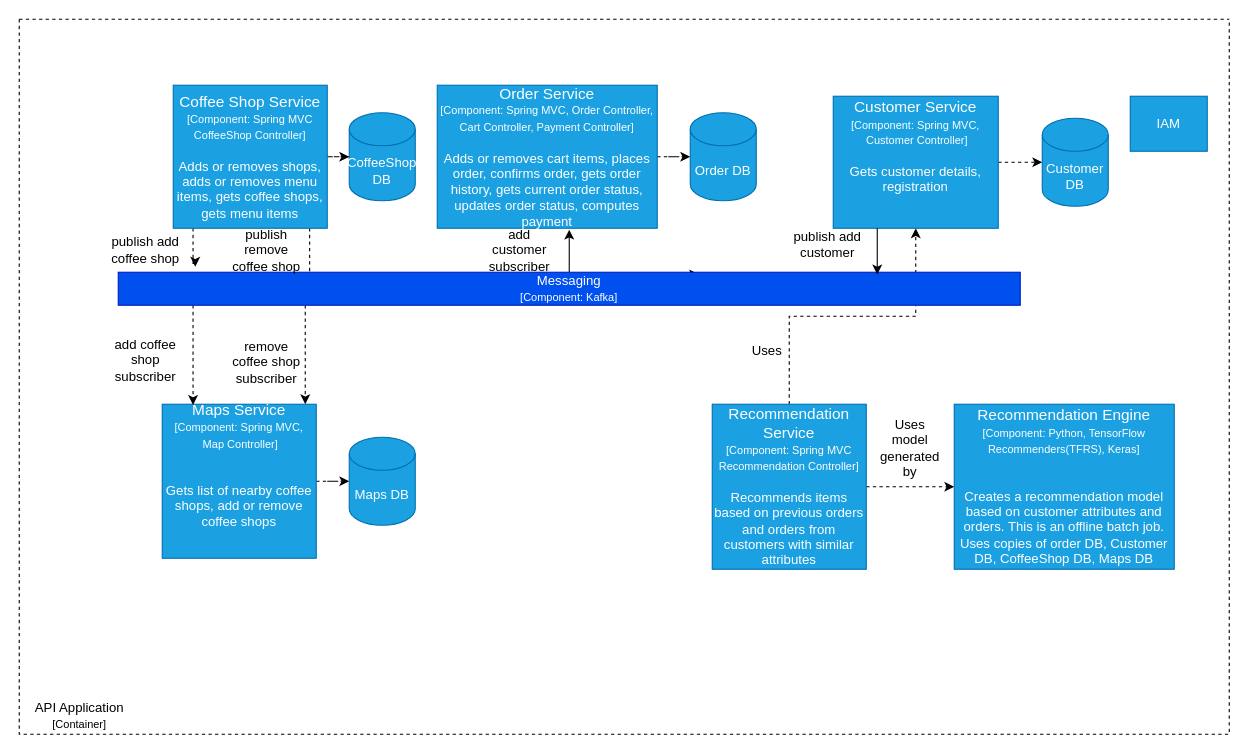
Above: API Application - Component Diagram.drawio in dinesh-i/uber-coffee-shops (draw.io), before the change. Source tidied: cells renumbered, new cells numbered last; positions are measured from the earlier drawing's top-left corner, leaving out a move shared by most shapes. Both pictures are drawn from the tidied source at 110%, with x=0, y=0 at pixel (19, 19).
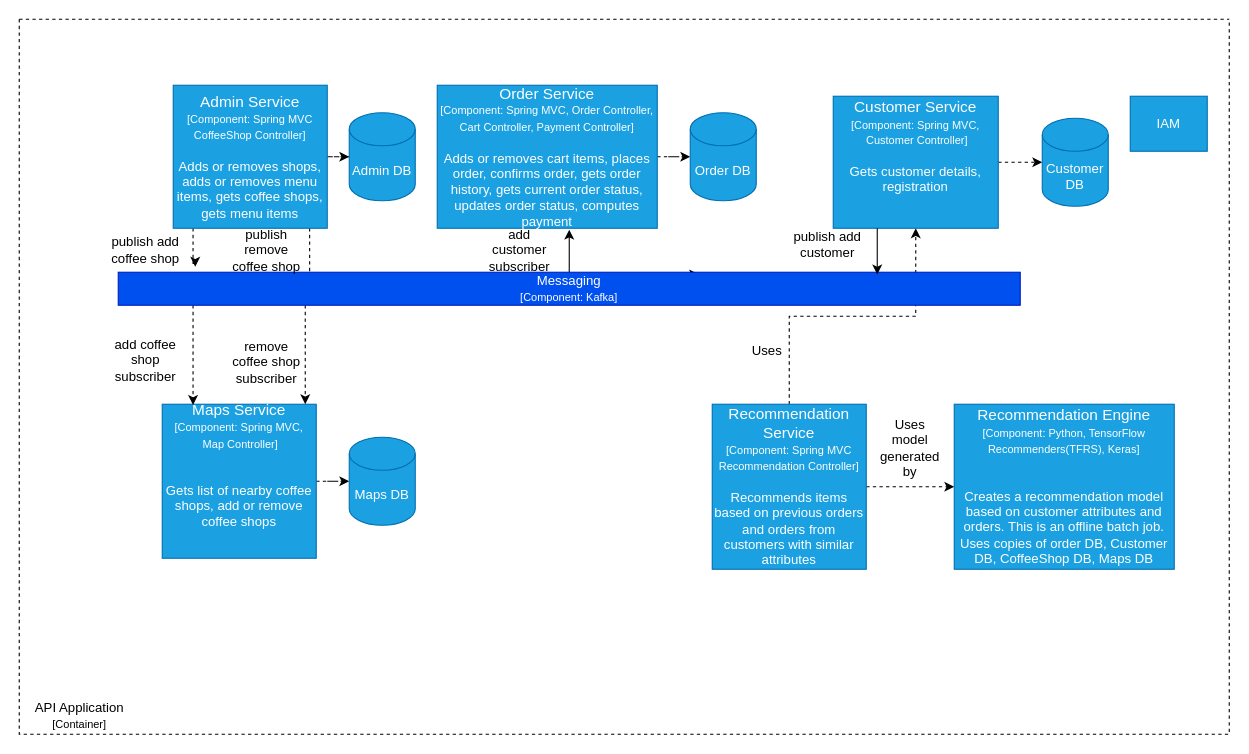
The same diagram, later.

Unchanged cells that the change refers to:
```xml
<mxCell id="2" style="swimlane;startSize=0;dashed=1;" parent="1" vertex="1">
  <mxGeometry width="1100" height="650" as="geometry" />
</mxCell>
```

The edit, as a diff of the source:
```diff
@@
-    <mxCell id="7" value="&lt;font&gt;&lt;font style=&quot;font-size: 14px&quot;&gt;Coffee Shop Service&lt;/font&gt;&lt;br&gt;&lt;/font&gt;&lt;font style=&quot;font-size: 10px&quot;&gt;[Component: Spring MVC CoffeeShop Controller]&lt;br&gt;&lt;/font&gt;&lt;font style=&quot;font-size: 12px&quot;&gt;&lt;br&gt;Adds or removes shops, adds or removes menu items, gets coffee shops, gets menu items&lt;/font&gt;" style="rounded=0;whiteSpace=wrap;html=1;fillColor=#1ba1e2;strokeColor=#006EAF;fontColor=#ffffff;" parent="2" vertex="1">
+    <mxCell id="7" value="&lt;font&gt;&lt;font style=&quot;font-size: 14px&quot;&gt;Admin Service&lt;/font&gt;&lt;br&gt;&lt;/font&gt;&lt;font style=&quot;font-size: 10px&quot;&gt;[Component: Spring MVC CoffeeShop Controller]&lt;br&gt;&lt;/font&gt;&lt;font style=&quot;font-size: 12px&quot;&gt;&lt;br&gt;Adds or removes shops, adds or removes menu items, gets coffee shops, gets menu items&lt;/font&gt;" style="rounded=0;whiteSpace=wrap;html=1;fillColor=#1ba1e2;strokeColor=#006EAF;fontColor=#ffffff;" parent="2" vertex="1">
       <mxGeometry x="140" y="60" width="140" height="130" as="geometry" />
     </mxCell>
@@
-    <mxCell id="28" value="CoffeeShop DB" style="shape=cylinder3;whiteSpace=wrap;html=1;boundedLbl=1;backgroundOutline=1;size=15;fillColor=#1ba1e2;strokeColor=#006EAF;fontColor=#ffffff;" parent="2" vertex="1">
+    <mxCell id="28" value="Admin DB" style="shape=cylinder3;whiteSpace=wrap;html=1;boundedLbl=1;backgroundOutline=1;size=15;fillColor=#1ba1e2;strokeColor=#006EAF;fontColor=#ffffff;" parent="2" vertex="1">
       <mxGeometry x="300" y="85" width="60" height="80" as="geometry" />
     </mxCell>
```
